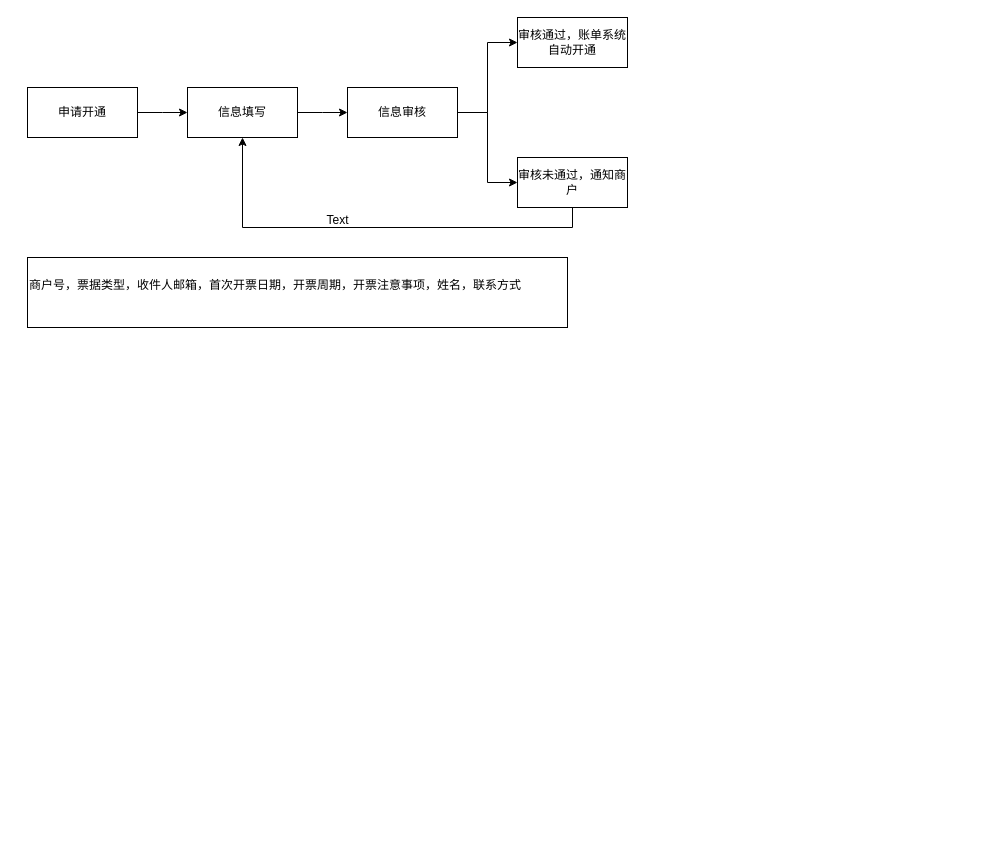
Above: 开票流程.drawio in littleDagron/Codepractice (draw.io), before the change. Source tidied: cells renumbered, new cells numbered last; positions are measured from the earlier drawing's top-left corner, leaving out a move shared by most shapes. Both pictures are drawn from the tidied source at 100%, with x=0, y=0 at pixel (27, 17).
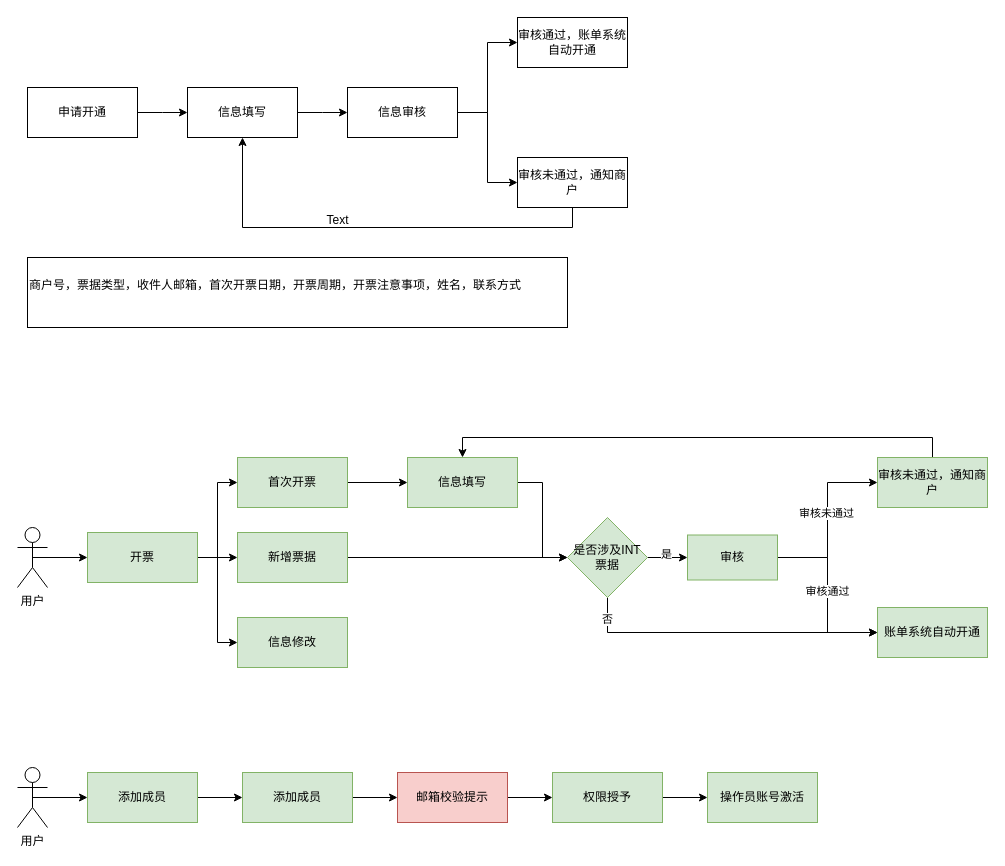
The same page after the edit.

Commit message:
更新开票流程.drawio

Diff of the diagram source:
```diff
@@
+    <mxCell id="15" style="edgeStyle=orthogonalEdgeStyle;rounded=0;jettySize=auto;html=1;exitX=0.5;exitY=0.5;exitDx=0;exitDy=0;exitPerimeter=0;entryX=0;entryY=0.5;entryDx=0;entryDy=0;" parent="1" edge="1" source="16" target="20">
+      <mxGeometry relative="1" as="geometry" />
+    </mxCell>
+    <mxCell id="16" value="用户" style="shape=umlActor;verticalLabelPosition=bottom;verticalAlign=top;html=1;outlineConnect=0;" parent="1" vertex="1">
+      <mxGeometry x="-10" y="510" width="30" height="60" as="geometry" />
+    </mxCell>
+    <mxCell id="17" style="edgeStyle=orthogonalEdgeStyle;rounded=0;jettySize=auto;html=1;exitX=1;exitY=0.5;exitDx=0;exitDy=0;entryX=0;entryY=0.5;entryDx=0;entryDy=0;" parent="1" edge="1" source="20" target="22">
+      <mxGeometry relative="1" as="geometry" />
+    </mxCell>
+    <mxCell id="18" style="edgeStyle=orthogonalEdgeStyle;rounded=0;jettySize=auto;html=1;exitX=1;exitY=0.5;exitDx=0;exitDy=0;entryX=0;entryY=0.5;entryDx=0;entryDy=0;" parent="1" edge="1" source="20" target="31">
+      <mxGeometry relative="1" as="geometry" />
+    </mxCell>
+    <mxCell id="19" style="edgeStyle=orthogonalEdgeStyle;rounded=0;jettySize=auto;html=1;exitX=1;exitY=0.5;exitDx=0;exitDy=0;entryX=0;entryY=0.5;entryDx=0;entryDy=0;" parent="1" edge="1" source="20" target="32">
+      <mxGeometry relative="1" as="geometry" />
+    </mxCell>
+    <mxCell id="20" value="开票" style="rounded=0;whiteSpace=wrap;html=1;fillColor=#d5e8d4;strokeColor=#82b366;" parent="1" vertex="1">
+      <mxGeometry x="60" y="515" width="110" height="50" as="geometry" />
+    </mxCell>
+    <mxCell id="21" style="edgeStyle=orthogonalEdgeStyle;rounded=0;jettySize=auto;html=1;exitX=1;exitY=0.5;exitDx=0;exitDy=0;entryX=0;entryY=0.5;entryDx=0;entryDy=0;" parent="1" edge="1" source="22" target="24">
+      <mxGeometry relative="1" as="geometry" />
+    </mxCell>
+    <mxCell id="22" value="首次开票" style="rounded=0;whiteSpace=wrap;html=1;fillColor=#d5e8d4;strokeColor=#82b366;" parent="1" vertex="1">
+      <mxGeometry x="210" y="440" width="110" height="50" as="geometry" />
+    </mxCell>
+    <mxCell id="23" style="edgeStyle=orthogonalEdgeStyle;rounded=0;jettySize=auto;html=1;exitX=1;exitY=0.5;exitDx=0;exitDy=0;entryX=0;entryY=0.5;entryDx=0;entryDy=0;" parent="1" edge="1" source="24" target="29">
+      <mxGeometry relative="1" as="geometry" />
+    </mxCell>
+    <mxCell id="24" value="信息填写" style="rounded=0;whiteSpace=wrap;html=1;fillColor=#d5e8d4;strokeColor=#82b366;" parent="1" vertex="1">
+      <mxGeometry x="380" y="440" width="110" height="50" as="geometry" />
+    </mxCell>
+    <mxCell id="25" style="edgeStyle=orthogonalEdgeStyle;rounded=0;jettySize=auto;html=1;exitX=1;exitY=0.5;exitDx=0;exitDy=0;" parent="1" edge="1" source="29">
+      <mxGeometry relative="1" as="geometry">
+        <mxPoint x="660" y="540" as="targetPoint" />
+      </mxGeometry>
+    </mxCell>
+    <mxCell id="26" value="是" style="edgeLabel;html=1;align=center;verticalAlign=middle;" parent="25" vertex="1">
+      <mxGeometry x="-0.11" y="4" relative="1" as="geometry" />
+    </mxCell>
+    <mxCell id="27" style="edgeStyle=orthogonalEdgeStyle;rounded=0;jettySize=auto;html=1;exitX=0.5;exitY=1;exitDx=0;exitDy=0;entryX=0;entryY=0.5;entryDx=0;entryDy=0;" parent="1" edge="1" source="29" target="38">
+      <mxGeometry relative="1" as="geometry" />
+    </mxCell>
+    <mxCell id="28" value="否" style="edgeLabel;html=1;align=center;verticalAlign=middle;" parent="27" vertex="1">
+      <mxGeometry x="-0.86" y="-1" relative="1" as="geometry" />
+    </mxCell>
+    <mxCell id="29" value="是否涉及INT票据" style="rhombus;whiteSpace=wrap;html=1;fillColor=#d5e8d4;strokeColor=#82b366;" parent="1" vertex="1">
+      <mxGeometry x="540" y="500" width="80" height="80" as="geometry" />
+    </mxCell>
+    <mxCell id="30" style="edgeStyle=orthogonalEdgeStyle;rounded=0;jettySize=auto;html=1;exitX=1;exitY=0.5;exitDx=0;exitDy=0;entryX=0;entryY=0.5;entryDx=0;entryDy=0;" parent="1" edge="1" source="31" target="29">
+      <mxGeometry relative="1" as="geometry" />
+    </mxCell>
+    <mxCell id="31" value="新增票据" style="rounded=0;whiteSpace=wrap;html=1;fillColor=#d5e8d4;strokeColor=#82b366;" parent="1" vertex="1">
+      <mxGeometry x="210" y="515" width="110" height="50" as="geometry" />
+    </mxCell>
+    <mxCell id="32" value="信息修改" style="rounded=0;whiteSpace=wrap;html=1;fillColor=#d5e8d4;strokeColor=#82b366;" parent="1" vertex="1">
+      <mxGeometry x="210" y="600" width="110" height="50" as="geometry" />
+    </mxCell>
+    <mxCell id="33" style="edgeStyle=orthogonalEdgeStyle;rounded=0;jettySize=auto;html=1;exitX=1;exitY=0.5;exitDx=0;exitDy=0;entryX=0;entryY=0.5;entryDx=0;entryDy=0;" parent="1" edge="1" source="37" target="38">
+      <mxGeometry relative="1" as="geometry" />
+    </mxCell>
+    <mxCell id="34" value="审核通过" style="edgeLabel;html=1;align=center;verticalAlign=middle;" parent="33" vertex="1">
+      <mxGeometry x="-0.05" y="-1" relative="1" as="geometry" />
+    </mxCell>
+    <mxCell id="35" style="edgeStyle=orthogonalEdgeStyle;rounded=0;jettySize=auto;html=1;exitX=1;exitY=0.5;exitDx=0;exitDy=0;entryX=0;entryY=0.5;entryDx=0;entryDy=0;" parent="1" edge="1" source="37" target="40">
+      <mxGeometry relative="1" as="geometry" />
+    </mxCell>
+    <mxCell id="36" value="审核未通过" style="edgeLabel;html=1;align=center;verticalAlign=middle;" parent="35" vertex="1">
+      <mxGeometry x="0.09" y="2" relative="1" as="geometry" />
+    </mxCell>
+    <mxCell id="37" value="审核" style="rounded=0;whiteSpace=wrap;html=1;fillColor=#d5e8d4;strokeColor=#82b366;" parent="1" vertex="1">
+      <mxGeometry x="660" y="517.5" width="90" height="45" as="geometry" />
+    </mxCell>
+    <mxCell id="38" value="账单系统自动开通" style="rounded=0;whiteSpace=wrap;html=1;fillColor=#d5e8d4;strokeColor=#82b366;" parent="1" vertex="1">
+      <mxGeometry x="850" y="590" width="110" height="50" as="geometry" />
+    </mxCell>
+    <mxCell id="39" style="edgeStyle=orthogonalEdgeStyle;rounded=0;jettySize=auto;html=1;exitX=0.5;exitY=0;exitDx=0;exitDy=0;entryX=0.5;entryY=0;entryDx=0;entryDy=0;" parent="1" edge="1" source="40" target="24">
+      <mxGeometry relative="1" as="geometry" />
+    </mxCell>
+    <mxCell id="40" value="审核未通过，通知商户" style="rounded=0;whiteSpace=wrap;html=1;fillColor=#d5e8d4;strokeColor=#82b366;" parent="1" vertex="1">
+      <mxGeometry x="850" y="440" width="110" height="50" as="geometry" />
+    </mxCell>
+    <mxCell id="41" style="edgeStyle=orthogonalEdgeStyle;rounded=0;jettySize=auto;html=1;exitX=0.5;exitY=0.5;exitDx=0;exitDy=0;exitPerimeter=0;entryX=0;entryY=0.5;entryDx=0;entryDy=0;" parent="1" edge="1" source="42" target="44">
+      <mxGeometry relative="1" as="geometry" />
+    </mxCell>
+    <mxCell id="42" value="用户" style="shape=umlActor;verticalLabelPosition=bottom;verticalAlign=top;html=1;outlineConnect=0;" parent="1" vertex="1">
+      <mxGeometry x="-10" y="750" width="30" height="60" as="geometry" />
+    </mxCell>
+    <mxCell id="43" style="edgeStyle=orthogonalEdgeStyle;rounded=0;jettySize=auto;html=1;exitX=1;exitY=0.5;exitDx=0;exitDy=0;entryX=0;entryY=0.5;entryDx=0;entryDy=0;" parent="1" edge="1" source="44" target="46">
+      <mxGeometry relative="1" as="geometry" />
+    </mxCell>
+    <mxCell id="44" value="添加成员" style="rounded=0;whiteSpace=wrap;html=1;fillColor=#d5e8d4;strokeColor=#82b366;" parent="1" vertex="1">
+      <mxGeometry x="60" y="755" width="110" height="50" as="geometry" />
+    </mxCell>
+    <mxCell id="45" style="edgeStyle=orthogonalEdgeStyle;rounded=0;jettySize=auto;html=1;exitX=1;exitY=0.5;exitDx=0;exitDy=0;" parent="1" edge="1" source="46" target="48">
+      <mxGeometry relative="1" as="geometry" />
+    </mxCell>
+    <mxCell id="46" value="添加成员" style="rounded=0;whiteSpace=wrap;html=1;fillColor=#d5e8d4;strokeColor=#82b366;" parent="1" vertex="1">
+      <mxGeometry x="215" y="755" width="110" height="50" as="geometry" />
+    </mxCell>
+    <mxCell id="47" style="edgeStyle=orthogonalEdgeStyle;rounded=0;jettySize=auto;html=1;exitX=1;exitY=0.5;exitDx=0;exitDy=0;entryX=0;entryY=0.5;entryDx=0;entryDy=0;" parent="1" edge="1" source="48" target="50">
+      <mxGeometry relative="1" as="geometry" />
+    </mxCell>
+    <mxCell id="48" value="邮箱校验提示" style="rounded=0;whiteSpace=wrap;html=1;fillColor=#f8cecc;strokeColor=#b85450;" parent="1" vertex="1">
+      <mxGeometry x="370" y="755" width="110" height="50" as="geometry" />
+    </mxCell>
+    <mxCell id="49" style="edgeStyle=orthogonalEdgeStyle;rounded=0;jettySize=auto;html=1;exitX=1;exitY=0.5;exitDx=0;exitDy=0;entryX=0;entryY=0.5;entryDx=0;entryDy=0;" parent="1" edge="1" source="50" target="51">
+      <mxGeometry relative="1" as="geometry" />
+    </mxCell>
+    <mxCell id="50" value="权限授予" style="rounded=0;whiteSpace=wrap;html=1;fillColor=#d5e8d4;strokeColor=#82b366;" parent="1" vertex="1">
+      <mxGeometry x="525" y="755" width="110" height="50" as="geometry" />
+    </mxCell>
+    <mxCell id="51" value="操作员账号激活" style="rounded=0;whiteSpace=wrap;html=1;fillColor=#d5e8d4;strokeColor=#82b366;" parent="1" vertex="1">
+      <mxGeometry x="680" y="755" width="110" height="50" as="geometry" />
+    </mxCell>
```
